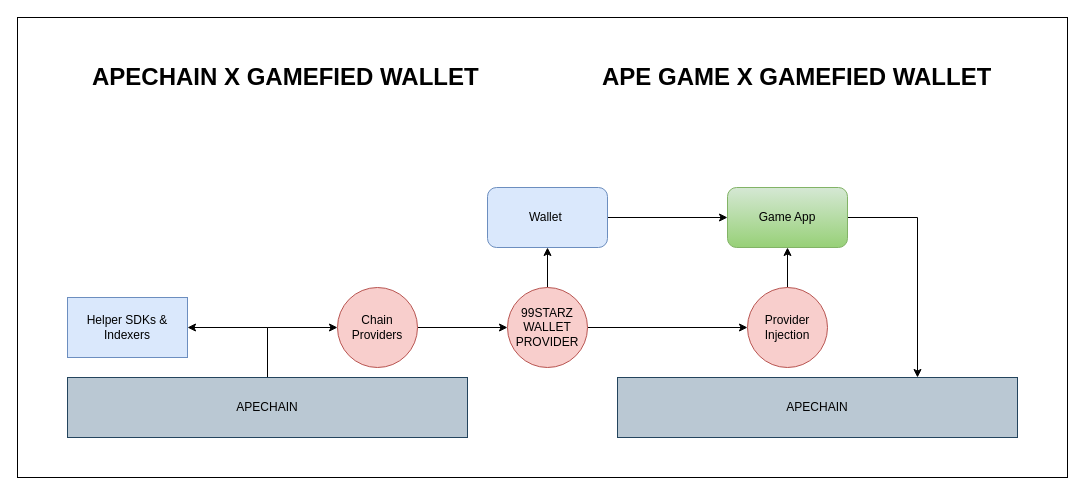
Above: 99starzApechainChain.drawio in ali-05-ahmed/Concept-Diagrams (draw.io), before the change. Source tidied: cells renumbered, new cells numbered last; positions are measured from the earlier drawing's top-left corner, leaving out a move shared by most shapes. Both pictures are drawn from the tidied source at 100%, with x=0, y=0 at pixel (17, 17).
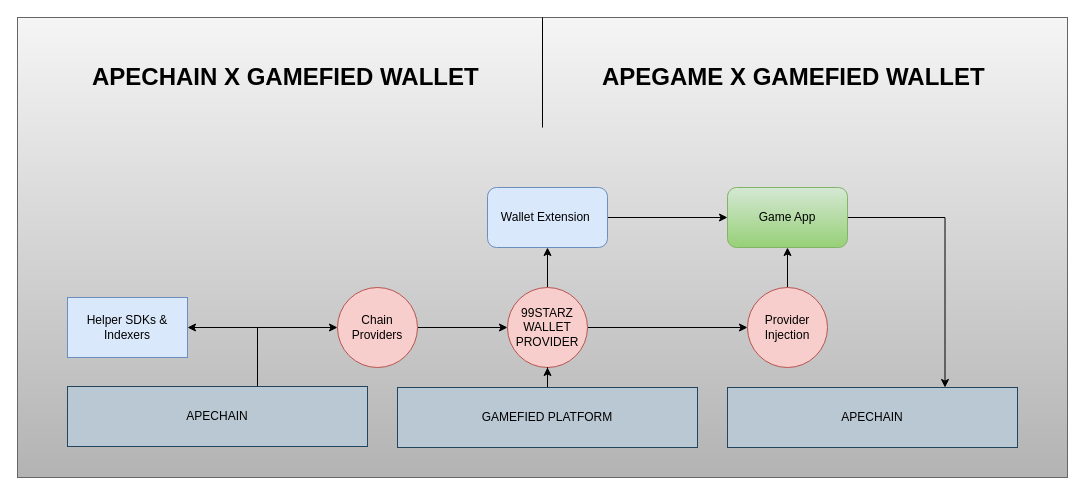
Above is the later version.

Unchanged cells that the change refers to:
```xml
<mxCell id="7" value="Chain Providers" style="ellipse;whiteSpace=wrap;html=1;fillColor=#f8cecc;strokeColor=#b85450;" parent="1" vertex="1">
  <mxGeometry x="320" y="270" width="80" height="80" as="geometry" />
</mxCell>
<mxCell id="8" value="Helper SDKs &amp;amp; Indexers" style="rounded=0;whiteSpace=wrap;html=1;fillColor=#dae8fc;strokeColor=#6c8ebf;" parent="1" vertex="1">
  <mxGeometry x="50" y="280" width="120" height="60" as="geometry" />
</mxCell>
<mxCell id="15" value="99STARZ&lt;br&gt;WALLET&lt;br&gt;PROVIDER" style="ellipse;whiteSpace=wrap;html=1;fillColor=#f8cecc;strokeColor=#b85450;" parent="1" vertex="1">
  <mxGeometry x="490" y="270" width="80" height="80" as="geometry" />
</mxCell>
<mxCell id="17" value="Game App" style="rounded=1;whiteSpace=wrap;html=1;fillColor=#d5e8d4;gradientColor=#97d077;strokeColor=#82b366;" parent="1" vertex="1">
  <mxGeometry x="710" y="170" width="120" height="60" as="geometry" />
</mxCell>
```

What changed in the source:
```diff
@@
-    <mxCell id="2" style="rounded=0;whiteSpace=wrap;html=1;" parent="1" vertex="1">
+    <mxCell id="2" style="rounded=0;whiteSpace=wrap;html=1;fillColor=#f5f5f5;gradientColor=#b3b3b3;strokeColor=#666666;" parent="1" vertex="1">
       <mxGeometry width="1050" height="460" as="geometry" />
     </mxCell>
@@
-    <mxCell id="5" value="Wallet&amp;nbsp;" style="rounded=1;whiteSpace=wrap;html=1;fillColor=#dae8fc;strokeColor=#6c8ebf;" parent="1" vertex="1">
+    <mxCell id="5" value="Wallet Extension&amp;nbsp;" style="rounded=1;whiteSpace=wrap;html=1;fillColor=#dae8fc;strokeColor=#6c8ebf;" parent="1" vertex="1">
       <mxGeometry x="470" y="170" width="120" height="60" as="geometry" />
     </mxCell>
@@
     <mxCell id="9" style="edgeStyle=orthogonalEdgeStyle;rounded=0;jettySize=auto;html=1;entryX=1;entryY=0.5;entryDx=0;entryDy=0;" parent="1" edge="1" source="11" target="8">
-      <mxGeometry relative="1" as="geometry" />
+      <mxGeometry relative="1" as="geometry">
+        <Array as="points">
+          <mxPoint x="240" y="310" />
+        </Array>
+      </mxGeometry>
     </mxCell>
     <mxCell id="10" style="edgeStyle=orthogonalEdgeStyle;rounded=0;jettySize=auto;html=1;entryX=0;entryY=0.5;entryDx=0;entryDy=0;" parent="1" edge="1" source="11" target="7">
-      <mxGeometry relative="1" as="geometry" />
+      <mxGeometry relative="1" as="geometry">
+        <Array as="points">
+          <mxPoint x="240" y="310" />
+        </Array>
+      </mxGeometry>
     </mxCell>
     <mxCell id="11" value="APECHAIN" style="rounded=0;whiteSpace=wrap;html=1;fillColor=#bac8d3;strokeColor=#23445d;" parent="1" vertex="1">
-      <mxGeometry x="50" y="360" width="400" height="60" as="geometry" />
+      <mxGeometry x="50" y="369" width="300" height="60" as="geometry" />
     </mxCell>
-    <mxCell id="12" value="&lt;h1&gt;APE GAME X GAMEFIED WALLET&lt;/h1&gt;&lt;p&gt;&lt;br&gt;&lt;/p&gt;" style="text;html=1;strokeColor=none;fillColor=none;spacing=5;spacingTop=-20;whiteSpace=wrap;overflow=hidden;rounded=0;" parent="1" vertex="1">
+    <mxCell id="12" value="&lt;h1&gt;APEGAME X GAMEFIED WALLET&lt;/h1&gt;&lt;p&gt;&lt;br&gt;&lt;/p&gt;" style="text;html=1;strokeColor=none;fillColor=none;spacing=5;spacingTop=-20;whiteSpace=wrap;overflow=hidden;rounded=0;" parent="1" vertex="1">
       <mxGeometry x="580" y="40" width="400" height="40" as="geometry" />
     </mxCell>
@@
     <mxCell id="16" style="edgeStyle=orthogonalEdgeStyle;rounded=0;jettySize=auto;html=1;entryX=0.75;entryY=0;entryDx=0;entryDy=0;" parent="1" edge="1" source="17" target="20">
       <mxGeometry relative="1" as="geometry">
         <Array as="points">
-          <mxPoint x="900" y="200" />
+          <mxPoint x="928" y="200" />
         </Array>
       </mxGeometry>
     </mxCell>
@@
     <mxCell id="20" value="APECHAIN" style="rounded=0;whiteSpace=wrap;html=1;fillColor=#bac8d3;strokeColor=#23445d;" parent="1" vertex="1">
-      <mxGeometry x="600" y="360" width="400" height="60" as="geometry" />
+      <mxGeometry x="710" y="370" width="290" height="60" as="geometry" />
     </mxCell>
+    <mxCell id="21" style="edgeStyle=orthogonalEdgeStyle;rounded=0;jettySize=auto;html=1;" parent="1" edge="1" source="22" target="15">
+      <mxGeometry relative="1" as="geometry" />
+    </mxCell>
+    <mxCell id="22" value="GAMEFIED PLATFORM" style="rounded=0;whiteSpace=wrap;html=1;fillColor=#bac8d3;strokeColor=#23445d;" parent="1" vertex="1">
+      <mxGeometry x="380" y="370" width="300" height="60" as="geometry" />
+    </mxCell>
+    <mxCell id="23" style="endArrow=none;html=1;rounded=0;" parent="1" edge="1" target="2">
+      <mxGeometry relative="1" as="geometry">
+        <mxPoint x="525" y="110" as="sourcePoint" />
+      </mxGeometry>
+    </mxCell>
```
